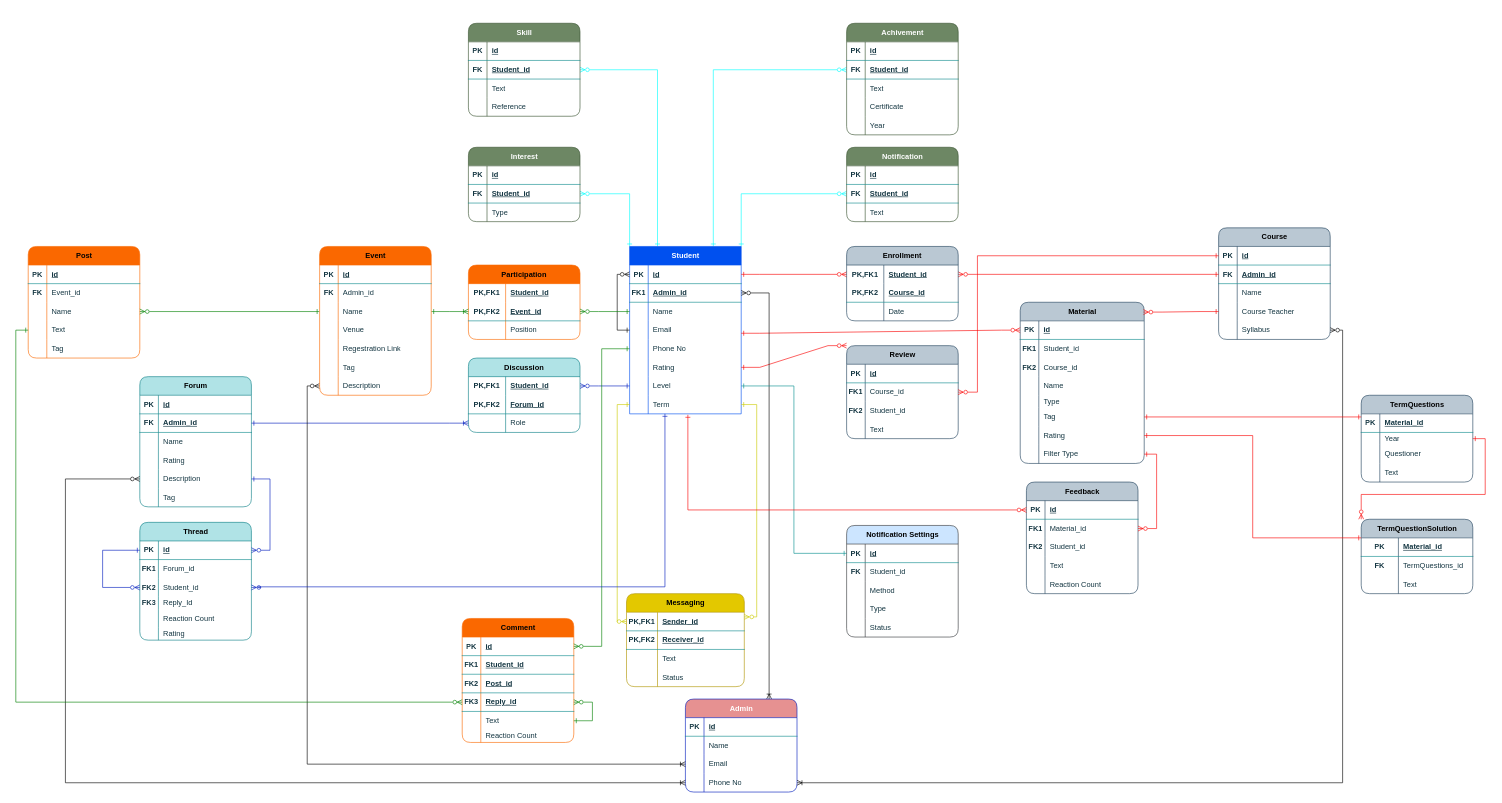
This is Untitled Diagram.drawio from bijoy111/CSE-326, a draw.io file, before an edit. Source tidied: cells renumbered, new cells numbered last; positions are measured from the earlier drawing's top-left corner, leaving out a move shared by most shapes. Both pictures are drawn from the tidied source at 62%, with x=0, y=0 at pixel (16, 23).
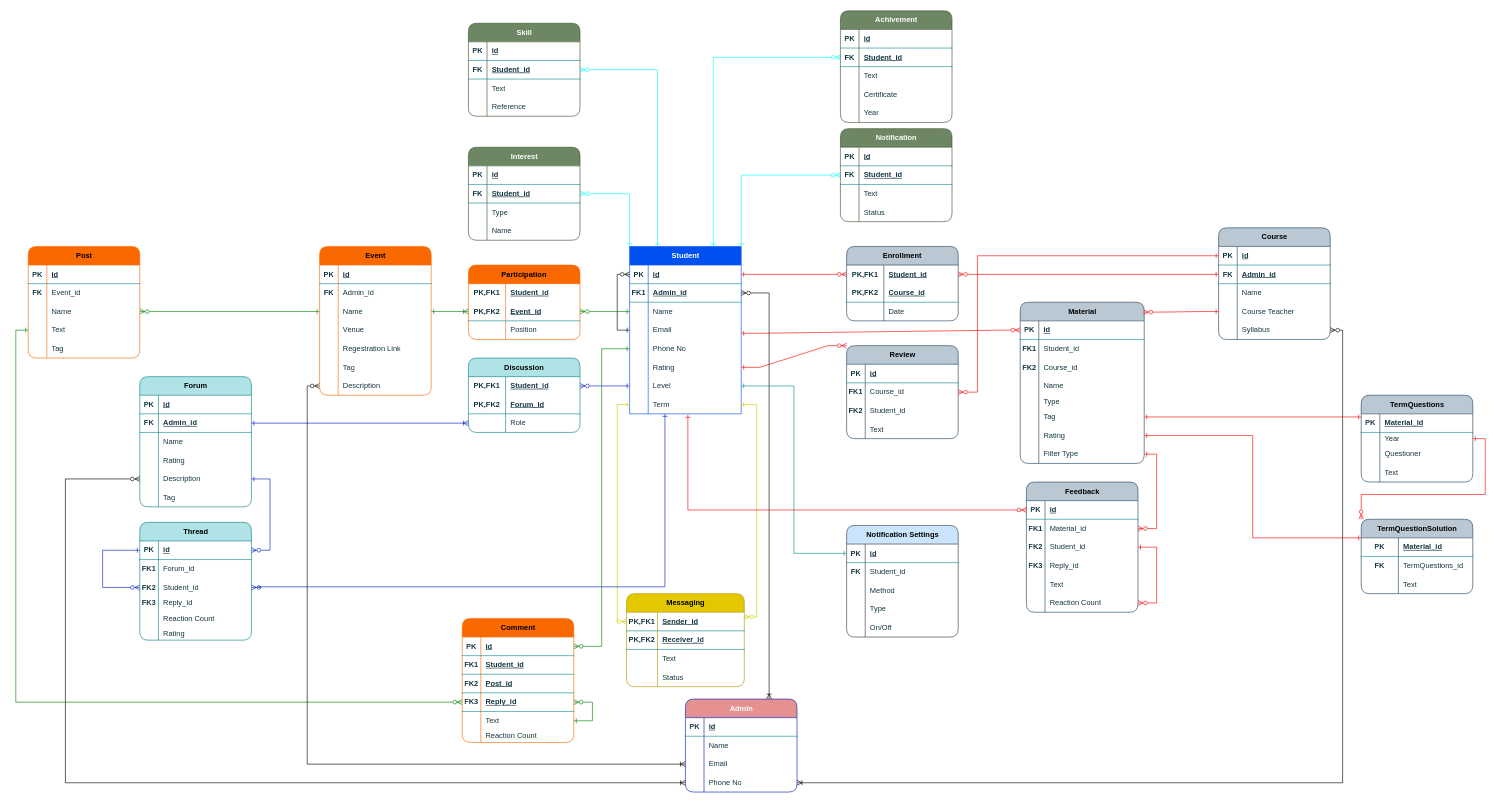
Above is the later version.

The change refers to these unchanged cells:
```xml
<mxCell id="264" style="shape=tableRow;horizontal=0;startSize=0;swimlaneHead=0;swimlaneBody=0;fillColor=none;top=0;left=0;right=0;bottom=0;labelBackgroundColor=none;strokeColor=#0F8B8D;fontColor=#143642;" parent="251" vertex="1">
  <mxGeometry y="150" width="180" height="30" as="geometry" />
</mxCell>
<mxCell id="348" style="shape=tableRow;horizontal=0;startSize=0;swimlaneHead=0;swimlaneBody=0;fillColor=none;points=[[0,0.5],[1,0.5]];portConstraint=eastwest;top=0;left=0;right=0;bottom=0;labelBackgroundColor=none;strokeColor=#0F8B8D;fontColor=#143642;" parent="341" vertex="1">
  <mxGeometry y="90" width="180" height="30" as="geometry" />
</mxCell>
<mxCell id="351" style="shape=tableRow;horizontal=0;startSize=0;swimlaneHead=0;swimlaneBody=0;fillColor=none;top=0;left=0;right=0;bottom=0;labelBackgroundColor=none;strokeColor=#0F8B8D;fontColor=#143642;" parent="341" vertex="1">
  <mxGeometry y="120" width="180" height="30" as="geometry" />
</mxCell>
```

Change to the diagram source:
```diff
@@
     <mxCell id="172" value="Notification" style="shape=table;startSize=30;childLayout=tableLayout;rowLines=0;fontStyle=1;align=center;html=1;rounded=1;shadow=0;swimlaneLine=1;fillColor=#6d8764;swimlaneFillColor=default;labelBackgroundColor=none;strokeColor=#3A5431;fontColor=#ffffff;" parent="1" vertex="1">
-      <mxGeometry x="1340" y="200" width="180" height="120" as="geometry" />
+      <mxGeometry x="1330" y="170" width="180" height="150" as="geometry" />
     </mxCell>
@@
+    <mxCell id="370" style="shape=tableRow;horizontal=0;startSize=0;swimlaneHead=0;swimlaneBody=0;fillColor=none;top=0;left=0;right=0;bottom=0;labelBackgroundColor=none;strokeColor=#0F8B8D;fontColor=#143642;" parent="172" vertex="1">
+      <mxGeometry y="90" width="180" height="30" as="geometry" />
+    </mxCell>
+    <mxCell id="371" style="shape=partialRectangle;fillColor=none;top=0;left=0;bottom=0;right=0;overflow=hidden;whiteSpace=wrap;html=1;labelBackgroundColor=none;strokeColor=#0F8B8D;fontColor=#143642;" parent="370" vertex="1">
+      <mxGeometry width="30" height="30" as="geometry" />
+    </mxCell>
+    <mxCell id="372" value="Text" style="shape=partialRectangle;fillColor=none;top=0;left=0;bottom=0;right=0;align=left;spacingLeft=6;overflow=hidden;whiteSpace=wrap;html=1;labelBackgroundColor=none;strokeColor=#0F8B8D;fontColor=#143642;" parent="370" vertex="1">
+      <mxGeometry x="30" width="150" height="30" as="geometry" />
+    </mxCell>
     <mxCell id="179" style="shape=tableRow;horizontal=0;startSize=0;swimlaneHead=0;swimlaneBody=0;fillColor=none;top=0;left=0;right=0;bottom=0;labelBackgroundColor=none;strokeColor=#0F8B8D;fontColor=#143642;" parent="172" vertex="1">
-      <mxGeometry y="90" width="180" height="30" as="geometry" />
+      <mxGeometry y="120" width="180" height="30" as="geometry" />
     </mxCell>
@@
-    <mxCell id="181" value="Text" style="shape=partialRectangle;fillColor=none;top=0;left=0;bottom=0;right=0;align=left;spacingLeft=6;overflow=hidden;whiteSpace=wrap;html=1;labelBackgroundColor=none;strokeColor=#0F8B8D;fontColor=#143642;" parent="179" vertex="1">
+    <mxCell id="181" value="Status" style="shape=partialRectangle;fillColor=none;top=0;left=0;bottom=0;right=0;align=left;spacingLeft=6;overflow=hidden;whiteSpace=wrap;html=1;labelBackgroundColor=none;strokeColor=#0F8B8D;fontColor=#143642;" parent="179" vertex="1">
       <mxGeometry x="30" width="150" height="30" as="geometry" />
     </mxCell>
     <mxCell id="182" value="Interest" style="shape=table;startSize=30;childLayout=tableLayout;rowLines=0;fontStyle=1;align=center;html=1;rounded=1;shadow=0;swimlaneLine=1;fillColor=#6d8764;swimlaneFillColor=default;labelBackgroundColor=none;strokeColor=#3A5431;fontColor=#ffffff;" parent="1" vertex="1">
-      <mxGeometry x="730" y="200" width="180" height="120" as="geometry" />
+      <mxGeometry x="730" y="200" width="180" height="150" as="geometry" />
     </mxCell>
@@
+    <mxCell id="373" style="shape=tableRow;horizontal=0;startSize=0;swimlaneHead=0;swimlaneBody=0;fillColor=none;top=0;left=0;right=0;bottom=0;labelBackgroundColor=none;strokeColor=#0F8B8D;fontColor=#143642;" parent="182" vertex="1">
+      <mxGeometry y="120" width="180" height="30" as="geometry" />
+    </mxCell>
+    <mxCell id="374" style="shape=partialRectangle;fillColor=none;top=0;left=0;bottom=0;right=0;overflow=hidden;whiteSpace=wrap;html=1;labelBackgroundColor=none;strokeColor=#0F8B8D;fontColor=#143642;" parent="373" vertex="1">
+      <mxGeometry width="30" height="30" as="geometry" />
+    </mxCell>
+    <mxCell id="375" value="Name" style="shape=partialRectangle;fillColor=none;top=0;left=0;bottom=0;right=0;align=left;spacingLeft=6;overflow=hidden;whiteSpace=wrap;html=1;labelBackgroundColor=none;strokeColor=#0F8B8D;fontColor=#143642;" parent="373" vertex="1">
+      <mxGeometry x="30" width="150" height="30" as="geometry" />
+    </mxCell>
@@
     <mxCell id="205" value="Achivement" style="shape=table;startSize=30;childLayout=tableLayout;rowLines=0;fontStyle=1;align=center;html=1;rounded=1;shadow=0;swimlaneLine=1;fillColor=#6d8764;swimlaneFillColor=default;labelBackgroundColor=none;strokeColor=#3A5431;fontColor=#ffffff;" parent="1" vertex="1">
-      <mxGeometry x="1340" width="180" height="180" as="geometry" />
+      <mxGeometry x="1330" y="-20" width="180" height="180" as="geometry" />
     </mxCell>
@@
-    <mxCell id="266" value="Status" style="shape=partialRectangle;fillColor=none;top=0;left=0;bottom=0;right=0;align=left;spacingLeft=6;overflow=hidden;whiteSpace=wrap;html=1;labelBackgroundColor=none;strokeColor=#0F8B8D;fontColor=#143642;" parent="264" vertex="1">
+    <mxCell id="266" value="On/Off" style="shape=partialRectangle;fillColor=none;top=0;left=0;bottom=0;right=0;align=left;spacingLeft=6;overflow=hidden;whiteSpace=wrap;html=1;labelBackgroundColor=none;strokeColor=#0F8B8D;fontColor=#143642;" parent="264" vertex="1">
       <mxGeometry x="30" width="150" height="30" as="geometry" />
     </mxCell>
@@
     <mxCell id="341" value="Feedback" style="shape=table;startSize=30;childLayout=tableLayout;rowLines=0;fontStyle=1;align=center;html=1;rounded=1;shadow=0;swimlaneLine=1;fillColor=#bac8d3;swimlaneFillColor=default;labelBackgroundColor=none;strokeColor=#23445d;" parent="1" vertex="1">
-      <mxGeometry x="1630" y="740" width="180" height="180" as="geometry" />
+      <mxGeometry x="1630" y="740" width="180" height="210" as="geometry" />
     </mxCell>
@@
-    <mxCell id="352" style="shape=partialRectangle;fillColor=none;top=0;left=0;bottom=0;right=0;overflow=hidden;whiteSpace=wrap;html=1;labelBackgroundColor=none;strokeColor=#0F8B8D;fontColor=#143642;" parent="351" vertex="1">
+    <mxCell id="352" value="&lt;b&gt;FK3&lt;/b&gt;" style="shape=partialRectangle;fillColor=none;top=0;left=0;bottom=0;right=0;overflow=hidden;whiteSpace=wrap;html=1;labelBackgroundColor=none;strokeColor=#0F8B8D;fontColor=#143642;" parent="351" vertex="1">
       <mxGeometry width="30" height="30" as="geometry" />
     </mxCell>
-    <mxCell id="353" value="Text" style="shape=partialRectangle;fillColor=none;top=0;left=0;bottom=0;right=0;align=left;spacingLeft=6;overflow=hidden;whiteSpace=wrap;html=1;labelBackgroundColor=none;strokeColor=#0F8B8D;fontColor=#143642;" parent="351" vertex="1">
+    <mxCell id="353" value="Reply_id" style="shape=partialRectangle;fillColor=none;top=0;left=0;bottom=0;right=0;align=left;spacingLeft=6;overflow=hidden;whiteSpace=wrap;html=1;labelBackgroundColor=none;strokeColor=#0F8B8D;fontColor=#143642;" parent="351" vertex="1">
       <mxGeometry x="30" width="150" height="30" as="geometry" />
     </mxCell>
+    <mxCell id="376" style="shape=tableRow;horizontal=0;startSize=0;swimlaneHead=0;swimlaneBody=0;fillColor=none;top=0;left=0;right=0;bottom=0;labelBackgroundColor=none;strokeColor=#0F8B8D;fontColor=#143642;" parent="341" vertex="1">
+      <mxGeometry y="150" width="180" height="30" as="geometry" />
+    </mxCell>
+    <mxCell id="377" style="shape=partialRectangle;fillColor=none;top=0;left=0;bottom=0;right=0;overflow=hidden;whiteSpace=wrap;html=1;labelBackgroundColor=none;strokeColor=#0F8B8D;fontColor=#143642;" parent="376" vertex="1">
+      <mxGeometry width="30" height="30" as="geometry" />
+    </mxCell>
+    <mxCell id="378" value="Text" style="shape=partialRectangle;fillColor=none;top=0;left=0;bottom=0;right=0;align=left;spacingLeft=6;overflow=hidden;whiteSpace=wrap;html=1;labelBackgroundColor=none;strokeColor=#0F8B8D;fontColor=#143642;" parent="376" vertex="1">
+      <mxGeometry x="30" width="150" height="30" as="geometry" />
+    </mxCell>
     <mxCell id="354" style="shape=tableRow;horizontal=0;startSize=0;swimlaneHead=0;swimlaneBody=0;fillColor=none;points=[[0,0.5],[1,0.5]];portConstraint=eastwest;top=0;left=0;right=0;bottom=0;labelBackgroundColor=none;strokeColor=#0F8B8D;fontColor=#143642;" parent="341" vertex="1">
-      <mxGeometry y="150" width="180" height="30" as="geometry" />
+      <mxGeometry y="180" width="180" height="30" as="geometry" />
     </mxCell>
@@
+    <mxCell id="379" style="edgeStyle=orthogonalEdgeStyle;rounded=0;jettySize=auto;html=1;exitX=1;exitY=0.5;exitDx=0;exitDy=0;strokeColor=#FA0000;startArrow=ERone;startFill=0;endArrow=ERzeroToMany;endFill=0;entryX=1;entryY=0.5;entryDx=0;entryDy=0;" parent="341" edge="1" source="348" target="354">
+      <mxGeometry relative="1" as="geometry">
+        <Array as="points">
+          <mxPoint x="210" y="105" />
+          <mxPoint x="210" y="195" />
+        </Array>
+      </mxGeometry>
+    </mxCell>
```
